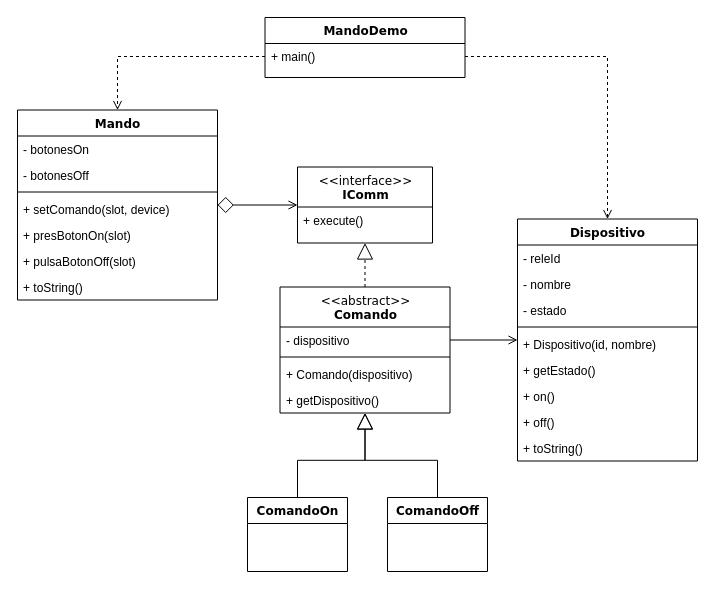
Above: u06/tarea_control/doc/control.drawio in fran-sc/prog-1920 (draw.io), before the change. Source tidied: cells renumbered, new cells numbered last; positions are measured from the earlier drawing's top-left corner, leaving out a move shared by most shapes. Both pictures are drawn from the tidied source at 100%, with x=0, y=0 at pixel (17, 17).
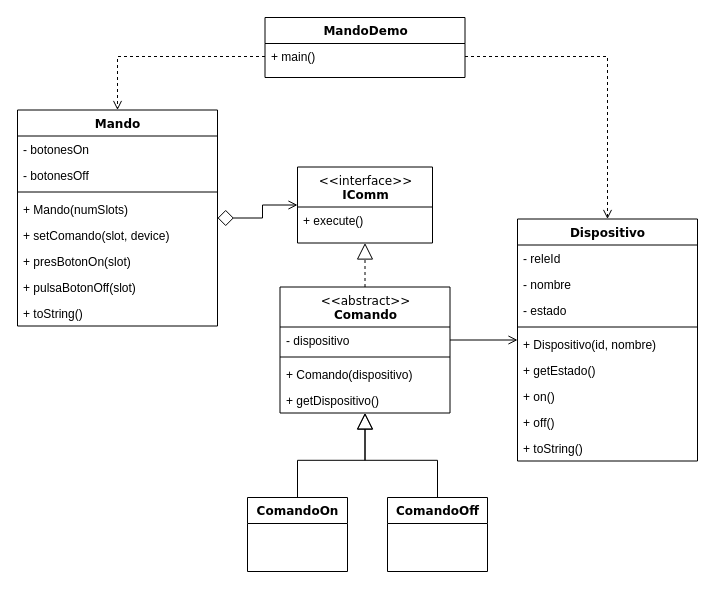
After the change.

Commit message (it also covers changes not shown here):
modif tarea_control

Change to the diagram source:
```diff
@@
     <mxCell id="15" value="Mando" style="swimlane;html=1;fontStyle=1;align=center;verticalAlign=top;horizontal=1;startSize=26;swimlaneFillColor=#ffffff;rounded=0;shadow=0;comic=0;labelBackgroundColor=none;strokeWidth=1;fillColor=none;fontFamily=Verdana;fontSize=12;" parent="1" vertex="1">
-      <mxGeometry y="92.5" width="200" height="190" as="geometry" />
+      <mxGeometry y="92.5" width="200" height="216" as="geometry" />
     </mxCell>
@@
+    <mxCell id="38" value="+ Mando(numSlots)" style="text;html=1;strokeColor=none;fillColor=none;align=left;verticalAlign=top;spacingLeft=4;spacingRight=4;whiteSpace=wrap;overflow=hidden;" parent="15" vertex="1">
+      <mxGeometry y="86" width="200" height="26" as="geometry" />
+    </mxCell>
     <mxCell id="19" value="+ setComando(slot, device)" style="text;html=1;strokeColor=none;fillColor=none;align=left;verticalAlign=top;spacingLeft=4;spacingRight=4;whiteSpace=wrap;overflow=hidden;" parent="15" vertex="1">
-      <mxGeometry y="86" width="200" height="26" as="geometry" />
+      <mxGeometry y="112" width="200" height="26" as="geometry" />
     </mxCell>
     <mxCell id="20" value="+ presBotonOn(slot)" style="text;html=1;strokeColor=none;fillColor=none;align=left;verticalAlign=top;spacingLeft=4;spacingRight=4;whiteSpace=wrap;overflow=hidden;" parent="15" vertex="1">
-      <mxGeometry y="112" width="200" height="26" as="geometry" />
+      <mxGeometry y="138" width="200" height="26" as="geometry" />
     </mxCell>
     <mxCell id="21" value="+ pulsaBotonOff(slot)" style="text;html=1;strokeColor=none;fillColor=none;align=left;verticalAlign=top;spacingLeft=4;spacingRight=4;whiteSpace=wrap;overflow=hidden;" parent="15" vertex="1">
-      <mxGeometry y="138" width="200" height="26" as="geometry" />
+      <mxGeometry y="164" width="200" height="26" as="geometry" />
     </mxCell>
     <mxCell id="22" value="+ toString()" style="text;html=1;strokeColor=none;fillColor=none;align=left;verticalAlign=top;spacingLeft=4;spacingRight=4;whiteSpace=wrap;overflow=hidden;" parent="15" vertex="1">
-      <mxGeometry y="164" width="200" height="26" as="geometry" />
+      <mxGeometry y="190" width="200" height="26" as="geometry" />
     </mxCell>
```
